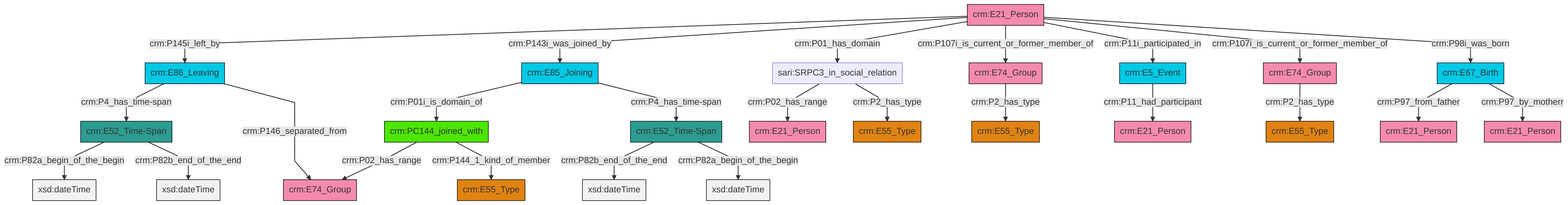
Before: et/personCSV/ttl/mmd/png/Person_Actor_Relations.png, a diagram exported from Mermaid (swiss-art-research-net/docs.swissartresearch). Its source is kept beside it as et/personCSV/ttl/mmd/Person_Actor_Relations.ttl.mmd. Its diagram source:
```mermaid
graph TD
classDef Literal fill:#f2f2f2,stroke:#000000;
classDef CRM_Entity fill:#FFFFFF,stroke:#000000;
classDef Temporal_Entity fill:#00C9E6, stroke:#000000;
classDef Type fill:#E18312, stroke:#000000;
classDef Time-Span fill:#2C9C91, stroke:#000000;
classDef Appellation fill:#FFEB7F, stroke:#000000;
classDef Place fill:#008836, stroke:#000000;
classDef Persistent_Item fill:#B266B2, stroke:#000000;
classDef Conceptual_Object fill:#FFD700, stroke:#000000;
classDef Physical_Thing fill:#D2B48C, stroke:#000000;
classDef Actor fill:#f58aad, stroke:#000000;
classDef PC_Classes fill:#4ce600, stroke:#000000;
classDef Multi fill:#cccccc,stroke:#000000;

2["crm:PC144_joined_with"]:::PC_Classes -->|crm:P02_has_range| 3["crm:E74_Group"]:::Actor
8["crm:E67_Birth"]:::Temporal_Entity -->|crm:P97_from_father| 9["crm:E21_Person"]:::Actor
10["crm:E21_Person"]:::Actor -->|crm:P145i_left_by| 11["crm:E86_Leaving"]:::Temporal_Entity
12["crm:E52_Time-Span"]:::Time-Span -->|crm:P82b_end_of_the_end| 13[xsd:dateTime]:::Literal
15["crm:E52_Time-Span"]:::Time-Span -->|crm:P82a_begin_of_the_begin| 16[xsd:dateTime]:::Literal
19["crm:E85_Joining"]:::Temporal_Entity -->|crm:P01i_is_domain_of| 2["crm:PC144_joined_with"]:::PC_Classes
10["crm:E21_Person"]:::Actor -->|crm:P143i_was_joined_by| 19["crm:E85_Joining"]:::Temporal_Entity
11["crm:E86_Leaving"]:::Temporal_Entity -->|crm:P4_has_time-span| 15["crm:E52_Time-Span"]:::Time-Span
19["crm:E85_Joining"]:::Temporal_Entity -->|crm:P4_has_time-span| 12["crm:E52_Time-Span"]:::Time-Span
20["crm:E74_Group"]:::Actor -->|crm:P2_has_type| 28["crm:E55_Type"]:::Type
29["sari:SRPC3_in_social_relation"]:::Default -->|crm:P02_has_range| 30["crm:E21_Person"]:::Actor
10["crm:E21_Person"]:::Actor -->|crm:P01_has_domain| 29["sari:SRPC3_in_social_relation"]:::Default
15["crm:E52_Time-Span"]:::Time-Span -->|crm:P82b_end_of_the_end| 31[xsd:dateTime]:::Literal
10["crm:E21_Person"]:::Actor -->|crm:P107i_is_current_or_former_member_of| 20["crm:E74_Group"]:::Actor
2["crm:PC144_joined_with"]:::PC_Classes -->|crm:P144_1_kind_of_member| 22["crm:E55_Type"]:::Type
11["crm:E86_Leaving"]:::Temporal_Entity -->|crm:P146_separated_from| 3["crm:E74_Group"]:::Actor
29["sari:SRPC3_in_social_relation"]:::Default -->|crm:P2_has_type| 24["crm:E55_Type"]:::Type
8["crm:E67_Birth"]:::Temporal_Entity -->|crm:P97_by_motherr| 17["crm:E21_Person"]:::Actor
10["crm:E21_Person"]:::Actor -->|crm:P11i_participated_in| 0["crm:E5_Event"]:::Temporal_Entity
10["crm:E21_Person"]:::Actor -->|crm:P107i_is_current_or_former_member_of| 6["crm:E74_Group"]:::Actor
0["crm:E5_Event"]:::Temporal_Entity -->|crm:P11_had_participant| 4["crm:E21_Person"]:::Actor
10["crm:E21_Person"]:::Actor -->|crm:P98i_was_born| 8["crm:E67_Birth"]:::Temporal_Entity
6["crm:E74_Group"]:::Actor -->|crm:P2_has_type| 37["crm:E55_Type"]:::Type
12["crm:E52_Time-Span"]:::Time-Span -->|crm:P82a_begin_of_the_begin| 46[xsd:dateTime]:::Literal
```
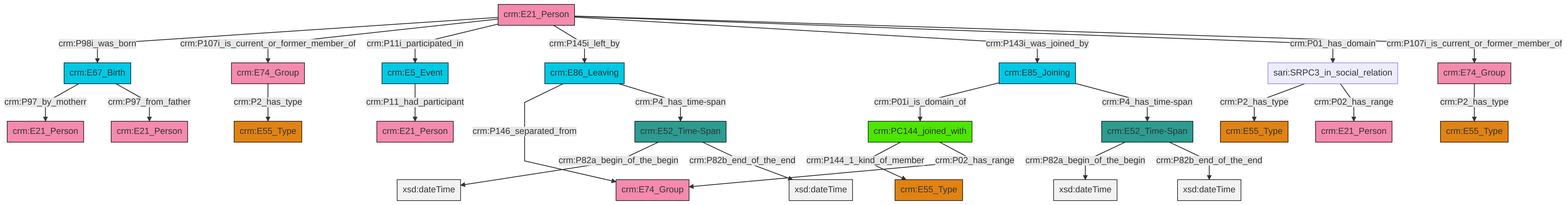
Later version of the same file.

Change to the diagram source:
```diff
@@ -13,27 +13,27 @@
 classDef PC_Classes fill:#4ce600, stroke:#000000;
 classDef Multi fill:#cccccc,stroke:#000000;
 
-2["crm:PC144_joined_with"]:::PC_Classes -->|crm:P02_has_range| 3["crm:E74_Group"]:::Actor
-8["crm:E67_Birth"]:::Temporal_Entity -->|crm:P97_from_father| 9["crm:E21_Person"]:::Actor
-10["crm:E21_Person"]:::Actor -->|crm:P145i_left_by| 11["crm:E86_Leaving"]:::Temporal_Entity
-12["crm:E52_Time-Span"]:::Time-Span -->|crm:P82b_end_of_the_end| 13[xsd:dateTime]:::Literal
-15["crm:E52_Time-Span"]:::Time-Span -->|crm:P82a_begin_of_the_begin| 16[xsd:dateTime]:::Literal
-19["crm:E85_Joining"]:::Temporal_Entity -->|crm:P01i_is_domain_of| 2["crm:PC144_joined_with"]:::PC_Classes
-10["crm:E21_Person"]:::Actor -->|crm:P143i_was_joined_by| 19["crm:E85_Joining"]:::Temporal_Entity
-11["crm:E86_Leaving"]:::Temporal_Entity -->|crm:P4_has_time-span| 15["crm:E52_Time-Span"]:::Time-Span
-19["crm:E85_Joining"]:::Temporal_Entity -->|crm:P4_has_time-span| 12["crm:E52_Time-Span"]:::Time-Span
-20["crm:E74_Group"]:::Actor -->|crm:P2_has_type| 28["crm:E55_Type"]:::Type
-29["sari:SRPC3_in_social_relation"]:::Default -->|crm:P02_has_range| 30["crm:E21_Person"]:::Actor
-10["crm:E21_Person"]:::Actor -->|crm:P01_has_domain| 29["sari:SRPC3_in_social_relation"]:::Default
-15["crm:E52_Time-Span"]:::Time-Span -->|crm:P82b_end_of_the_end| 31[xsd:dateTime]:::Literal
-10["crm:E21_Person"]:::Actor -->|crm:P107i_is_current_or_former_member_of| 20["crm:E74_Group"]:::Actor
-2["crm:PC144_joined_with"]:::PC_Classes -->|crm:P144_1_kind_of_member| 22["crm:E55_Type"]:::Type
-11["crm:E86_Leaving"]:::Temporal_Entity -->|crm:P146_separated_from| 3["crm:E74_Group"]:::Actor
-29["sari:SRPC3_in_social_relation"]:::Default -->|crm:P2_has_type| 24["crm:E55_Type"]:::Type
-8["crm:E67_Birth"]:::Temporal_Entity -->|crm:P97_by_motherr| 17["crm:E21_Person"]:::Actor
-10["crm:E21_Person"]:::Actor -->|crm:P11i_participated_in| 0["crm:E5_Event"]:::Temporal_Entity
-10["crm:E21_Person"]:::Actor -->|crm:P107i_is_current_or_former_member_of| 6["crm:E74_Group"]:::Actor
-0["crm:E5_Event"]:::Temporal_Entity -->|crm:P11_had_participant| 4["crm:E21_Person"]:::Actor
-10["crm:E21_Person"]:::Actor -->|crm:P98i_was_born| 8["crm:E67_Birth"]:::Temporal_Entity
-6["crm:E74_Group"]:::Actor -->|crm:P2_has_type| 37["crm:E55_Type"]:::Type
-12["crm:E52_Time-Span"]:::Time-Span -->|crm:P82a_begin_of_the_begin| 46[xsd:dateTime]:::Literal
+0["crm:E86_Leaving"]:::Temporal_Entity -->|crm:P146_separated_from| 1["crm:E74_Group"]:::Actor
+2["crm:E74_Group"]:::Actor -->|crm:P2_has_type| 3["crm:E55_Type"]:::Type
+4["crm:E21_Person"]:::Actor -->|crm:P98i_was_born| 5["crm:E67_Birth"]:::Temporal_Entity
+5["crm:E67_Birth"]:::Temporal_Entity -->|crm:P97_by_motherr| 9["crm:E21_Person"]:::Actor
+4["crm:E21_Person"]:::Actor -->|crm:P107i_is_current_or_former_member_of| 2["crm:E74_Group"]:::Actor
+4["crm:E21_Person"]:::Actor -->|crm:P11i_participated_in| 10["crm:E5_Event"]:::Temporal_Entity
+4["crm:E21_Person"]:::Actor -->|crm:P145i_left_by| 0["crm:E86_Leaving"]:::Temporal_Entity
+0["crm:E86_Leaving"]:::Temporal_Entity -->|crm:P4_has_time-span| 15["crm:E52_Time-Span"]:::Time-Span
+15["crm:E52_Time-Span"]:::Time-Span -->|crm:P82a_begin_of_the_begin| 17[xsd:dateTime]:::Literal
+15["crm:E52_Time-Span"]:::Time-Span -->|crm:P82b_end_of_the_end| 20[xsd:dateTime]:::Literal
+21["sari:SRPC3_in_social_relation"]:::Default -->|crm:P2_has_type| 7["crm:E55_Type"]:::Type
+5["crm:E67_Birth"]:::Temporal_Entity -->|crm:P97_from_father| 27["crm:E21_Person"]:::Actor
+29["crm:PC144_joined_with"]:::PC_Classes -->|crm:P144_1_kind_of_member| 13["crm:E55_Type"]:::Type
+4["crm:E21_Person"]:::Actor -->|crm:P143i_was_joined_by| 32["crm:E85_Joining"]:::Temporal_Entity
+29["crm:PC144_joined_with"]:::PC_Classes -->|crm:P02_has_range| 1["crm:E74_Group"]:::Actor
+4["crm:E21_Person"]:::Actor -->|crm:P01_has_domain| 21["sari:SRPC3_in_social_relation"]:::Default
+36["crm:E52_Time-Span"]:::Time-Span -->|crm:P82a_begin_of_the_begin| 37[xsd:dateTime]:::Literal
+21["sari:SRPC3_in_social_relation"]:::Default -->|crm:P02_has_range| 11["crm:E21_Person"]:::Actor
+4["crm:E21_Person"]:::Actor -->|crm:P107i_is_current_or_former_member_of| 30["crm:E74_Group"]:::Actor
+30["crm:E74_Group"]:::Actor -->|crm:P2_has_type| 39["crm:E55_Type"]:::Type
+32["crm:E85_Joining"]:::Temporal_Entity -->|crm:P01i_is_domain_of| 29["crm:PC144_joined_with"]:::PC_Classes
+36["crm:E52_Time-Span"]:::Time-Span -->|crm:P82b_end_of_the_end| 40[xsd:dateTime]:::Literal
+10["crm:E5_Event"]:::Temporal_Entity -->|crm:P11_had_participant| 18["crm:E21_Person"]:::Actor
+32["crm:E85_Joining"]:::Temporal_Entity -->|crm:P4_has_time-span| 36["crm:E52_Time-Span"]:::Time-Span
```
